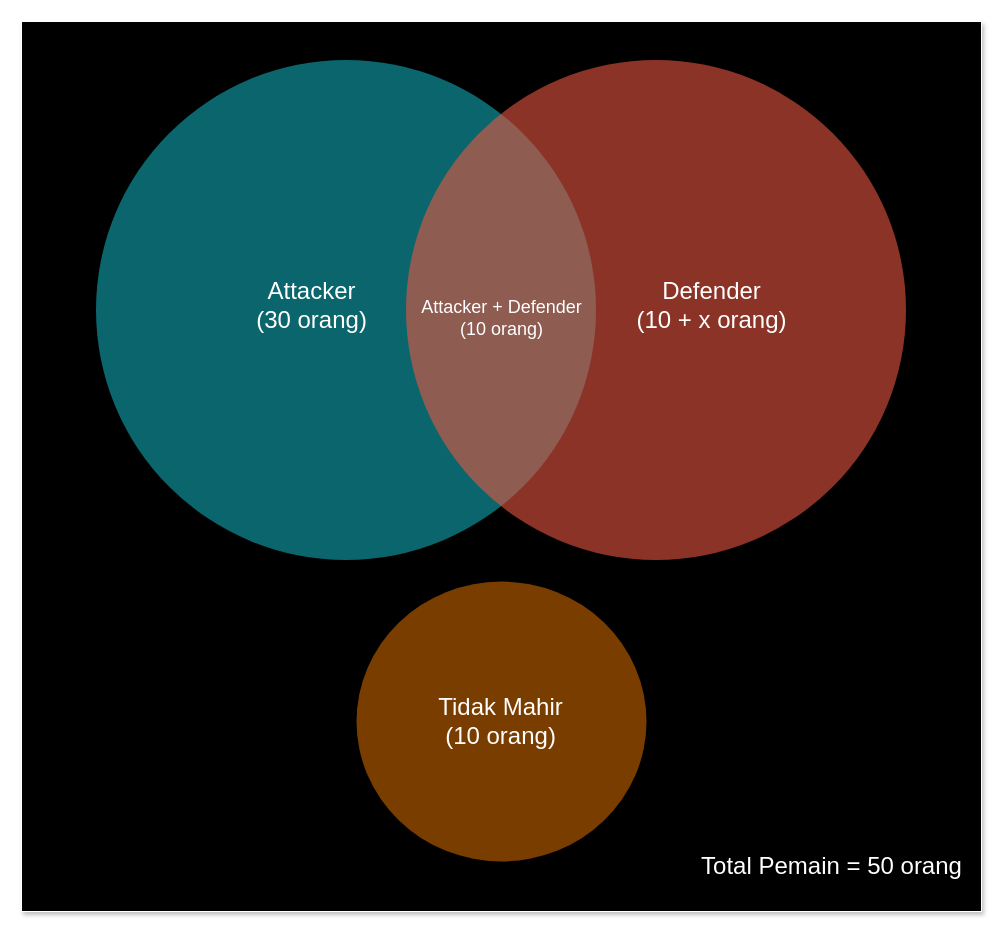
Before: MATH6184036-S3-P03.drawio in danang-id/diagrams, a draw.io diagram. Source tidied: cells renumbered, new cells numbered last; positions are measured from the earlier drawing's top-left corner, leaving out a move shared by most shapes. Both pictures are drawn from the tidied source at 100%, with x=0, y=0 at pixel (21, 21).
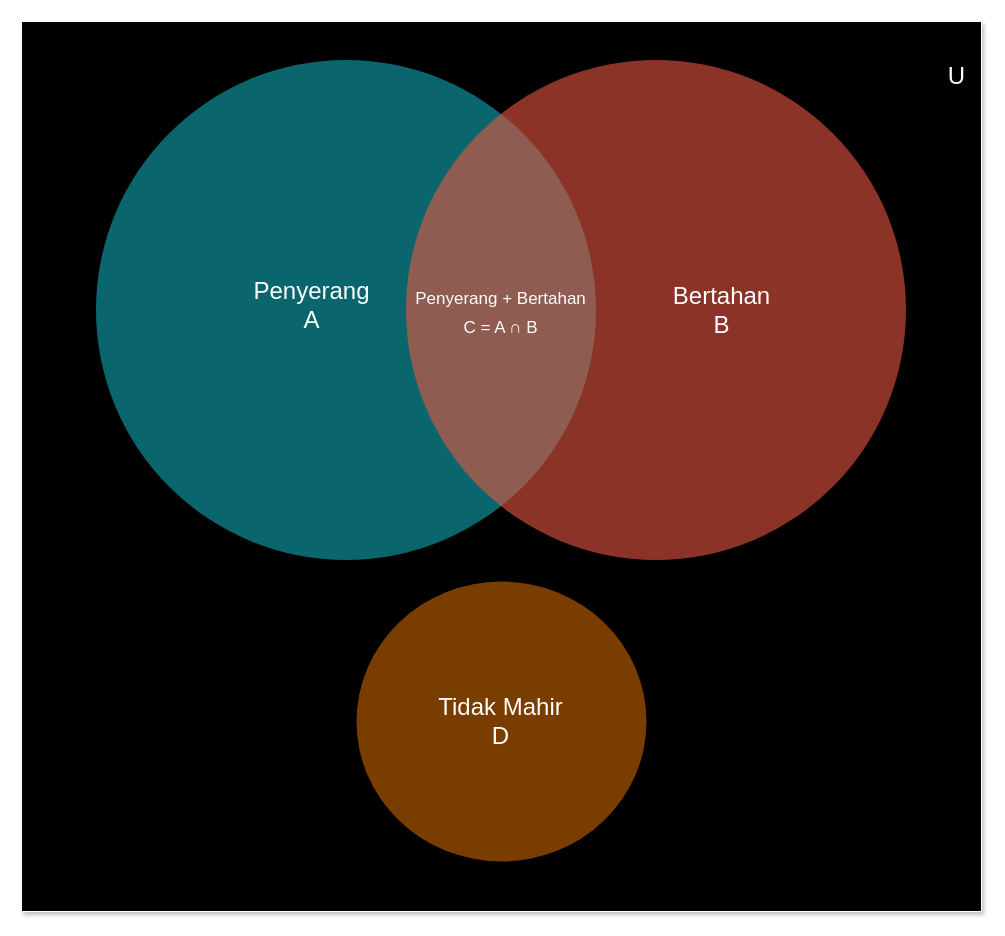
After the change.

The edit, as a diff of the source:
```diff
@@
 <mxGraphModel>
   <root>
     <mxCell id="0" />
     <mxCell id="1" parent="0" />
     <mxCell id="2" style="rounded=0;whiteSpace=wrap;html=1;fillColor=#000000;strokeColor=#FFFFFF;shadow=1;" parent="1" vertex="1">
       <mxGeometry width="960" height="890" as="geometry" />
     </mxCell>
     <mxCell id="3" style="ellipse;fillColor=#12AAB5;opacity=60;strokeColor=none;html=1;fontColor=#FFFFFF;" parent="1" vertex="1">
       <mxGeometry x="74.5" y="38.5" width="500" height="500" as="geometry" />
     </mxCell>
     <mxCell id="4" style="ellipse;fillColor=#e85642;opacity=60;strokeColor=none;html=1;fontColor=#FFFFFF;" parent="1" vertex="1">
       <mxGeometry x="384.5" y="38.5" width="500" height="500" as="geometry" />
     </mxCell>
-    <mxCell id="5" value="Attacker&lt;br&gt;(30 orang)" style="text;fontSize=24;align=center;verticalAlign=middle;html=1;fontColor=#FFFFFF;" parent="1" vertex="1">
+    <mxCell id="5" value="Penyerang&lt;br&gt;A" style="text;fontSize=24;align=center;verticalAlign=middle;html=1;fontColor=#FFFFFF;" parent="1" vertex="1">
       <mxGeometry x="194.5" y="248.5" width="190" height="70" as="geometry" />
     </mxCell>
-    <mxCell id="6" value="Defender&lt;br&gt;(10 + x orang)" style="text;fontSize=24;align=center;verticalAlign=middle;html=1;fontColor=#FFFFFF;" parent="1" vertex="1">
-      <mxGeometry x="594.5" y="248.5" width="190" height="70" as="geometry" />
+    <mxCell id="6" value="Bertahan&lt;br&gt;B" style="text;fontSize=24;align=center;verticalAlign=middle;html=1;fontColor=#FFFFFF;" parent="1" vertex="1">
+      <mxGeometry x="605" y="253.5" width="190" height="70" as="geometry" />
     </mxCell>
-    <mxCell id="7" value="Attacker + Defender&lt;br style=&quot;font-size: 18px;&quot;&gt;(10 orang)" style="text;align=center;html=1;fontColor=#FFFFFF;fontSize=18;" parent="1" vertex="1">
-      <mxGeometry x="460" y="268.5" width="40" height="40" as="geometry" />
-    </mxCell>
     <mxCell id="8" style="ellipse;fillColor=#CC6600;opacity=60;strokeColor=none;html=1;fontColor=#FFFFFF;gradientColor=none;" parent="1" vertex="1">
       <mxGeometry x="335" y="560" width="290" height="280" as="geometry" />
     </mxCell>
-    <mxCell id="9" value="Tidak Mahir&lt;br&gt;(10 orang)" style="text;fontSize=24;align=center;verticalAlign=middle;html=1;fontColor=#FFFFFF;" parent="1" vertex="1">
+    <mxCell id="9" value="Tidak Mahir&lt;br&gt;D" style="text;fontSize=24;align=center;verticalAlign=middle;html=1;fontColor=#FFFFFF;" parent="1" vertex="1">
       <mxGeometry x="384" y="665" width="190" height="70" as="geometry" />
     </mxCell>
-    <mxCell id="10" value="Total Pemain = 50 orang" style="text;fontSize=24;align=center;verticalAlign=middle;html=1;fontColor=#FFFFFF;" parent="1" vertex="1">
-      <mxGeometry x="715" y="810" width="190" height="70" as="geometry" />
+    <mxCell id="10" value="U" style="text;fontSize=24;align=right;verticalAlign=middle;html=1;fontColor=#FFFFFF;" parent="1" vertex="1">
+      <mxGeometry x="835" y="20" width="110" height="70" as="geometry" />
     </mxCell>
+    <mxCell id="11" value="&lt;font style=&quot;font-size: 17px;&quot;&gt;Penyerang + Bertahan&lt;br&gt;C = A ∩ B&lt;/font&gt;" style="text;fontSize=24;align=center;verticalAlign=middle;html=1;fontColor=#FFFFFF;" parent="1" vertex="1">
+      <mxGeometry x="384" y="253.5" width="190" height="70" as="geometry" />
+    </mxCell>
   </root>
 </mxGraphModel>
```
